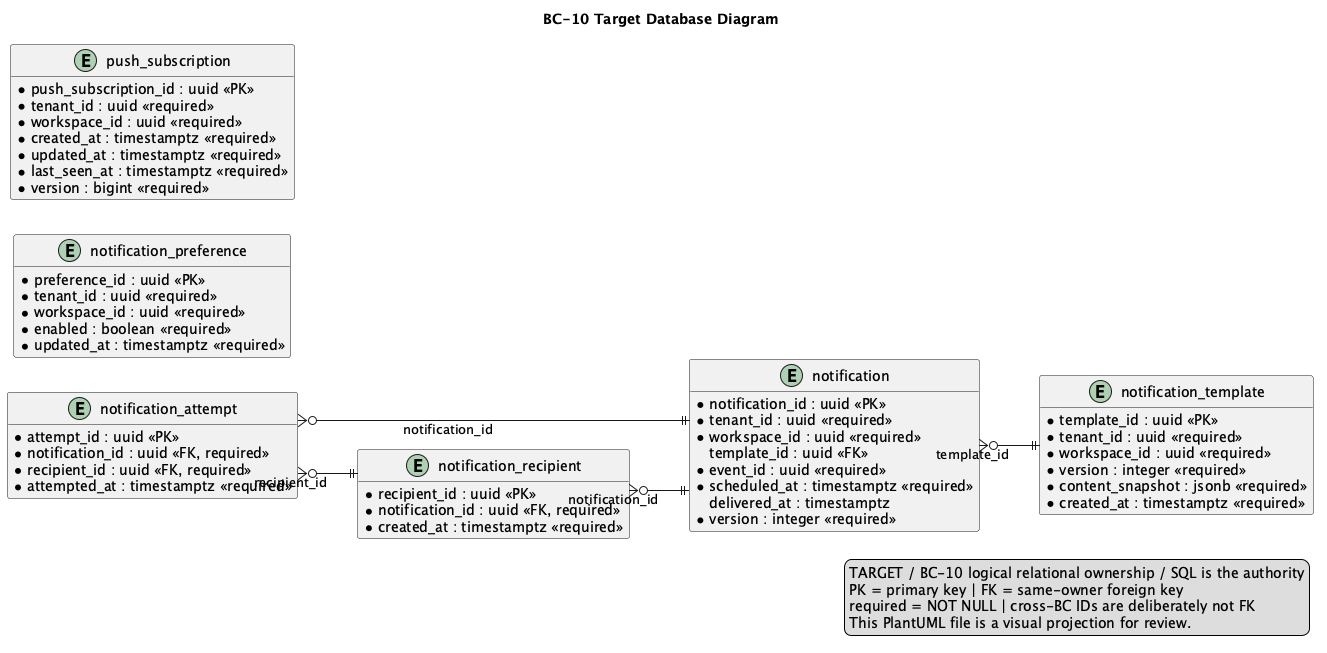
Earlier version of the PlantUML export 01-shared/domain/bounded-contexts/BC-10-notifications/data/database-diagram.png (nexa-suite/blueprint). The source it was exported from:
```plantuml
@startuml
title BC-10 Target Database Diagram
left to right direction
hide methods
skinparam shadowing false
skinparam linetype ortho
skinparam entity {
  BackgroundColor #F8FAFC
  BorderColor #334155
  FontColor #0F172A
}

entity "notification_template" as t_notification_template {
  * template_id : uuid <<PK>>
  * tenant_id : uuid <<required>>
  * workspace_id : uuid <<required>>
  * event_type : varchar(160) <<required>>
  * channel : varchar(32) <<required>>
  * version : integer <<required>>
  * content_snapshot : jsonb <<required>>
  * status : varchar(32) <<required>>
  * created_at : timestamptz <<required>>
}

entity "notification" as t_notification {
  * notification_id : uuid <<PK>>
  * tenant_id : uuid <<required>>
  * workspace_id : uuid <<required>>
    template_id : uuid <<FK>>
  * event_id : uuid <<required>>
  * event_type : varchar(160) <<required>>
  * status : varchar(32) <<required>>
  * scheduled_at : timestamptz <<required>>
    delivered_at : timestamptz
  * version : integer <<required>>
}

entity "notification_recipient" as t_notification_recipient {
  * recipient_id : uuid <<PK>>
  * notification_id : uuid <<FK, required>>
  * recipient_key : varchar(240) <<required>>
  * channel_address : varchar(320) <<required>>
  * status : varchar(32) <<required>>
  * created_at : timestamptz <<required>>
}

entity "notification_preference" as t_notification_preference {
  * preference_id : uuid <<PK>>
  * tenant_id : uuid <<required>>
  * workspace_id : uuid <<required>>
  * recipient_key : varchar(240) <<required>>
  * event_type : varchar(160) <<required>>
  * channel : varchar(32) <<required>>
  * enabled : boolean <<required>>
  * updated_at : timestamptz <<required>>
}

entity "push_subscription" as t_push_subscription {
  * push_subscription_id : uuid <<PK>>
  * tenant_id : uuid <<required>>
  * workspace_id : uuid <<required>>
  * recipient_key : varchar(240) <<required>>
  * surface : varchar(32) <<required>>
  * installation_id : varchar(160) <<required>>
  * platform : varchar(16) <<required>>
  * provider_token_hash : char(64) <<required>>
  * status : varchar(32) <<required>>
  * created_at : timestamptz <<required>>
  * updated_at : timestamptz <<required>>
  * last_seen_at : timestamptz <<required>>
  * version : bigint <<required>>
}

entity "notification_attempt" as t_notification_attempt {
  * attempt_id : uuid <<PK>>
  * notification_id : uuid <<FK, required>>
  * recipient_id : uuid <<FK, required>>
  * channel : varchar(32) <<required>>
  * status : varchar(32) <<required>>
    provider_reference : varchar(240)
    failure_reason : varchar(500)
  * attempted_at : timestamptz <<required>>
}

t_notification }o--|| t_notification_template : template_id
t_notification_recipient }o--|| t_notification : notification_id
t_notification_attempt }o--|| t_notification : notification_id
t_notification_attempt }o--|| t_notification_recipient : recipient_id

legend right
TARGET / BC-10 logical relational ownership / SQL is the authority
PK = primary key | FK = same-owner foreign key
required = NOT NULL | cross-BC IDs are deliberately not FK
This PlantUML file is a visual projection for review.
endlegend
@enduml
```
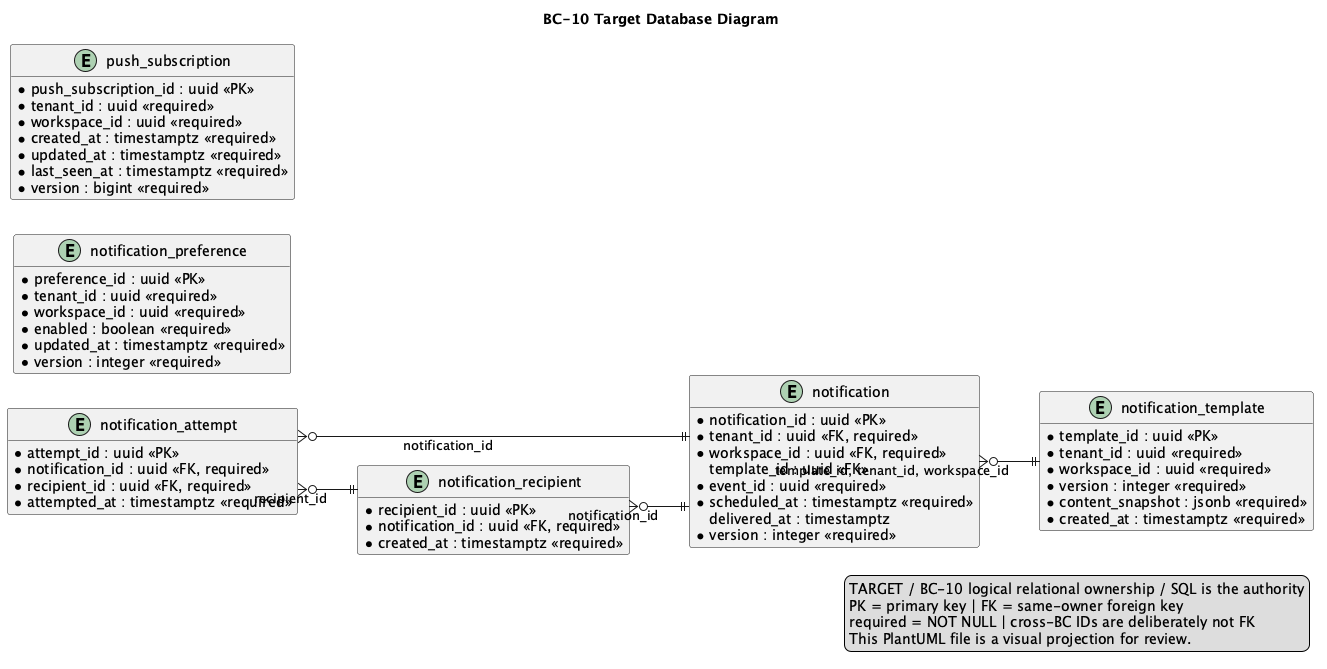
The same diagram one commit later.

What changed in the source:
```diff
@@ -24,8 +24,8 @@
 
 entity "notification" as t_notification {
   * notification_id : uuid <<PK>>
-  * tenant_id : uuid <<required>>
-  * workspace_id : uuid <<required>>
+  * tenant_id : uuid <<FK, required>>
+  * workspace_id : uuid <<FK, required>>
     template_id : uuid <<FK>>
   * event_id : uuid <<required>>
   * event_type : varchar(160) <<required>>
@@ -53,6 +53,7 @@
   * channel : varchar(32) <<required>>
   * enabled : boolean <<required>>
   * updated_at : timestamptz <<required>>
+  * version : integer <<required>>
 }
 
 entity "push_subscription" as t_push_subscription {
@@ -82,7 +83,7 @@
   * attempted_at : timestamptz <<required>>
 }
 
-t_notification }o--|| t_notification_template : template_id
+t_notification }o--|| t_notification_template : template_id, tenant_id, workspace_id
 t_notification_recipient }o--|| t_notification : notification_id
 t_notification_attempt }o--|| t_notification : notification_id
 t_notification_attempt }o--|| t_notification_recipient : recipient_id
```
